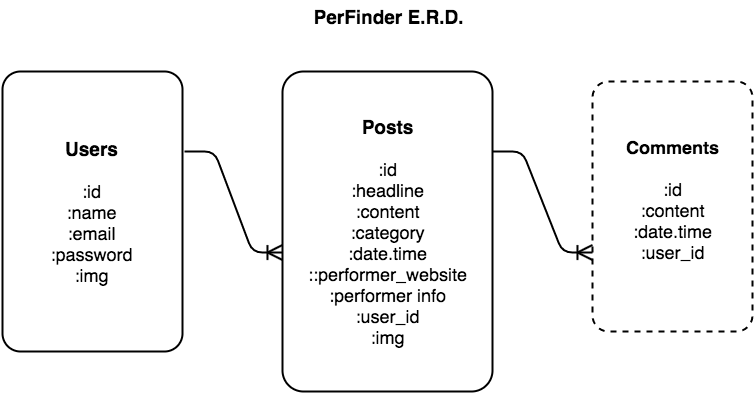
Earlier version of the draw.io export assets/PerFinder_ERD.png (danieltotherescue/wdi_project2). Source tidied: cells renumbered, new cells last; positions are measured from the earlier drawing's top-left corner, leaving out a move shared by most shapes. Source of this version:
```xml
<mxGraphModel background="#ffffff">
  <root>
    <mxCell id="0" />
    <mxCell id="1" parent="0" />
    <mxCell id="2" value="&lt;b&gt;&lt;font style=&quot;font-size: 19px&quot;&gt;Users&lt;/font&gt;&lt;/b&gt;&lt;div&gt;&lt;font size=&quot;4&quot;&gt;&lt;br&gt;&lt;/font&gt;&lt;div&gt;&lt;font size=&quot;4&quot;&gt;:id&lt;/font&gt;&lt;/div&gt;&lt;div&gt;&lt;font size=&quot;4&quot;&gt;:name&lt;/font&gt;&lt;/div&gt;&lt;div&gt;&lt;font size=&quot;4&quot;&gt;:email&lt;/font&gt;&lt;/div&gt;&lt;div&gt;&lt;font size=&quot;4&quot;&gt;:password&lt;/font&gt;&lt;/div&gt;&lt;div&gt;&lt;font size=&quot;4&quot;&gt;:img&lt;/font&gt;&lt;/div&gt;&lt;/div&gt;" style="strokeWidth=2;rounded=1;arcSize=10;whiteSpace=wrap;html=1;align=center;fillColor=#ffffff;strokeColor=#000000;" parent="1" vertex="1">
      <mxGeometry y="70" width="180" height="280" as="geometry" />
    </mxCell>
    <mxCell id="3" value="&lt;div style=&quot;text-align: center&quot;&gt;&lt;b&gt;&lt;font style=&quot;font-size: 19px&quot;&gt;Posts&lt;/font&gt;&lt;/b&gt;&lt;/div&gt;&lt;div style=&quot;text-align: center&quot;&gt;&lt;font size=&quot;4&quot;&gt;&lt;br&gt;&lt;/font&gt;&lt;/div&gt;&lt;div style=&quot;text-align: center&quot;&gt;&lt;font size=&quot;4&quot;&gt;:id&lt;/font&gt;&lt;/div&gt;&lt;div style=&quot;text-align: center&quot;&gt;&lt;font size=&quot;4&quot;&gt;:headline&lt;/font&gt;&lt;/div&gt;&lt;div style=&quot;text-align: center&quot;&gt;&lt;font size=&quot;4&quot;&gt;:content&lt;/font&gt;&lt;/div&gt;&lt;div style=&quot;text-align: center&quot;&gt;&lt;font size=&quot;4&quot;&gt;:category&lt;/font&gt;&lt;/div&gt;&lt;div style=&quot;text-align: center&quot;&gt;&lt;font size=&quot;4&quot;&gt;:date.time&lt;/font&gt;&lt;/div&gt;&lt;div style=&quot;text-align: center&quot;&gt;&lt;font size=&quot;4&quot;&gt;::performer_website&lt;/font&gt;&lt;/div&gt;&lt;div style=&quot;text-align: center&quot;&gt;&lt;font size=&quot;4&quot;&gt;:performer info&lt;/font&gt;&lt;/div&gt;&lt;div style=&quot;text-align: center&quot;&gt;&lt;font size=&quot;4&quot;&gt;:user_id&lt;/font&gt;&lt;/div&gt;&lt;div style=&quot;text-align: center&quot;&gt;&lt;font size=&quot;4&quot;&gt;:img&lt;/font&gt;&lt;/div&gt;" style="strokeWidth=2;rounded=1;arcSize=10;whiteSpace=wrap;html=1;align=center;fillColor=#ffffff;strokeColor=#000000;" parent="1" vertex="1">
      <mxGeometry x="280" y="70" width="210" height="320" as="geometry" />
    </mxCell>
    <mxCell id="4" style="edgeStyle=entityRelationEdgeStyle;html=1;endArrow=ERoneToMany;exitX=1.011;exitY=0.286;exitPerimeter=0;strokeWidth=2;startSize=8;endSize=12;rounded=1;" parent="1" edge="1" source="2">
      <mxGeometry relative="1" as="geometry">
        <mxPoint x="280" y="251" as="targetPoint" />
      </mxGeometry>
    </mxCell>
    <mxCell id="5" value="&lt;b&gt;&lt;font style=&quot;font-size: 18px&quot;&gt;Comments&lt;/font&gt;&lt;/b&gt;&lt;div&gt;&lt;font size=&quot;4&quot;&gt;&lt;br&gt;&lt;/font&gt;&lt;/div&gt;&lt;div&gt;&lt;font size=&quot;4&quot;&gt;:id&lt;/font&gt;&lt;/div&gt;&lt;div&gt;&lt;font size=&quot;4&quot;&gt;:content&lt;/font&gt;&lt;/div&gt;&lt;div&gt;&lt;font size=&quot;4&quot;&gt;:date.time&lt;/font&gt;&lt;/div&gt;&lt;div&gt;&lt;font size=&quot;4&quot;&gt;:user_id&lt;/font&gt;&lt;/div&gt;&lt;div&gt;&lt;br&gt;&lt;/div&gt;" style="strokeWidth=2;rounded=1;arcSize=10;whiteSpace=wrap;html=1;align=center;fillColor=#ffffff;strokeColor=#000000;dashed=1;" parent="1" vertex="1">
      <mxGeometry x="590" y="80" width="160" height="250" as="geometry" />
    </mxCell>
    <mxCell id="6" style="edgeStyle=entityRelationEdgeStyle;html=1;endArrow=ERoneToMany;exitX=1;exitY=0.25;strokeWidth=2;endSize=12;startSize=12;targetPerimeterSpacing=9;rounded=1;" parent="1" edge="1" source="3">
      <mxGeometry x="522" y="245" as="geometry">
        <mxPoint x="590" y="251" as="targetPoint" />
      </mxGeometry>
    </mxCell>
    <mxCell id="7" value="&lt;font style=&quot;font-size: 19px&quot;&gt;&lt;b&gt;PerFinder E.R.D.&lt;/b&gt;&lt;/font&gt;" style="text;html=1;strokeColor=none;fillColor=none;align=center;verticalAlign=middle;whiteSpace=wrap;overflow=hidden;dashed=1;" parent="1" vertex="1">
      <mxGeometry x="285" width="200" height="30" as="geometry" />
    </mxCell>
  </root>
</mxGraphModel>
```
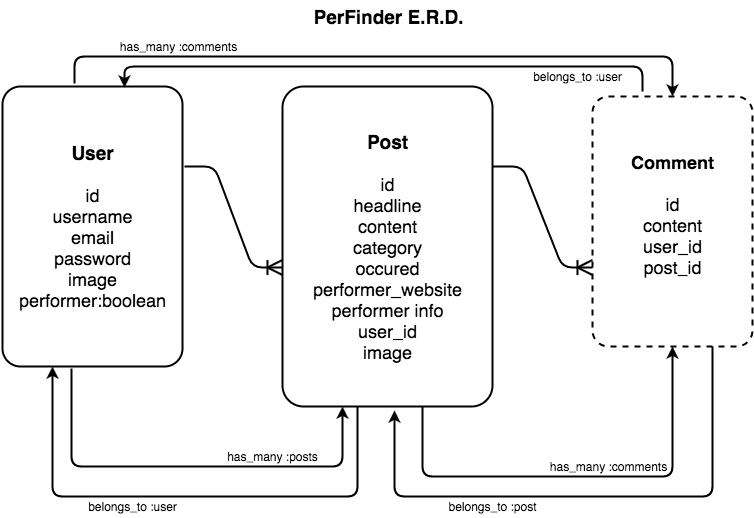
The same diagram one commit later.

What changed in the source:
```diff
@@ -2,10 +2,10 @@
   <root>
     <mxCell id="0" />
     <mxCell id="1" parent="0" />
-    <mxCell id="2" value="&lt;b&gt;&lt;font style=&quot;font-size: 19px&quot;&gt;Users&lt;/font&gt;&lt;/b&gt;&lt;div&gt;&lt;font size=&quot;4&quot;&gt;&lt;br&gt;&lt;/font&gt;&lt;div&gt;&lt;font size=&quot;4&quot;&gt;:id&lt;/font&gt;&lt;/div&gt;&lt;div&gt;&lt;font size=&quot;4&quot;&gt;:name&lt;/font&gt;&lt;/div&gt;&lt;div&gt;&lt;font size=&quot;4&quot;&gt;:email&lt;/font&gt;&lt;/div&gt;&lt;div&gt;&lt;font size=&quot;4&quot;&gt;:password&lt;/font&gt;&lt;/div&gt;&lt;div&gt;&lt;font size=&quot;4&quot;&gt;:img&lt;/font&gt;&lt;/div&gt;&lt;/div&gt;" style="strokeWidth=2;rounded=1;arcSize=10;whiteSpace=wrap;html=1;align=center;fillColor=#ffffff;strokeColor=#000000;" parent="1" vertex="1">
+    <mxCell id="2" value="&lt;b&gt;&lt;font style=&quot;font-size: 19px&quot;&gt;User&lt;/font&gt;&lt;/b&gt;&lt;div&gt;&lt;font size=&quot;4&quot;&gt;&lt;br&gt;&lt;/font&gt;&lt;div&gt;&lt;font size=&quot;4&quot;&gt;id&lt;/font&gt;&lt;/div&gt;&lt;div&gt;&lt;font size=&quot;4&quot;&gt;username&lt;/font&gt;&lt;/div&gt;&lt;div&gt;&lt;font size=&quot;4&quot;&gt;email&lt;/font&gt;&lt;/div&gt;&lt;div&gt;&lt;font size=&quot;4&quot;&gt;password&lt;/font&gt;&lt;/div&gt;&lt;div&gt;&lt;font size=&quot;4&quot;&gt;image&lt;/font&gt;&lt;/div&gt;&lt;/div&gt;&lt;div&gt;&lt;font size=&quot;4&quot;&gt;performer:boolean&lt;/font&gt;&lt;/div&gt;" style="strokeWidth=2;rounded=1;arcSize=10;whiteSpace=wrap;html=1;align=center;fillColor=#ffffff;strokeColor=#000000;" parent="1" vertex="1">
       <mxGeometry y="70" width="180" height="280" as="geometry" />
     </mxCell>
-    <mxCell id="3" value="&lt;div style=&quot;text-align: center&quot;&gt;&lt;b&gt;&lt;font style=&quot;font-size: 19px&quot;&gt;Posts&lt;/font&gt;&lt;/b&gt;&lt;/div&gt;&lt;div style=&quot;text-align: center&quot;&gt;&lt;font size=&quot;4&quot;&gt;&lt;br&gt;&lt;/font&gt;&lt;/div&gt;&lt;div style=&quot;text-align: center&quot;&gt;&lt;font size=&quot;4&quot;&gt;:id&lt;/font&gt;&lt;/div&gt;&lt;div style=&quot;text-align: center&quot;&gt;&lt;font size=&quot;4&quot;&gt;:headline&lt;/font&gt;&lt;/div&gt;&lt;div style=&quot;text-align: center&quot;&gt;&lt;font size=&quot;4&quot;&gt;:content&lt;/font&gt;&lt;/div&gt;&lt;div style=&quot;text-align: center&quot;&gt;&lt;font size=&quot;4&quot;&gt;:category&lt;/font&gt;&lt;/div&gt;&lt;div style=&quot;text-align: center&quot;&gt;&lt;font size=&quot;4&quot;&gt;:date.time&lt;/font&gt;&lt;/div&gt;&lt;div style=&quot;text-align: center&quot;&gt;&lt;font size=&quot;4&quot;&gt;::performer_website&lt;/font&gt;&lt;/div&gt;&lt;div style=&quot;text-align: center&quot;&gt;&lt;font size=&quot;4&quot;&gt;:performer info&lt;/font&gt;&lt;/div&gt;&lt;div style=&quot;text-align: center&quot;&gt;&lt;font size=&quot;4&quot;&gt;:user_id&lt;/font&gt;&lt;/div&gt;&lt;div style=&quot;text-align: center&quot;&gt;&lt;font size=&quot;4&quot;&gt;:img&lt;/font&gt;&lt;/div&gt;" style="strokeWidth=2;rounded=1;arcSize=10;whiteSpace=wrap;html=1;align=center;fillColor=#ffffff;strokeColor=#000000;" parent="1" vertex="1">
+    <mxCell id="3" value="&lt;div style=&quot;text-align: center&quot;&gt;&lt;b&gt;&lt;font style=&quot;font-size: 19px&quot;&gt;Post&lt;/font&gt;&lt;/b&gt;&lt;/div&gt;&lt;div style=&quot;text-align: center&quot;&gt;&lt;font size=&quot;4&quot;&gt;&lt;br&gt;&lt;/font&gt;&lt;/div&gt;&lt;div style=&quot;text-align: center&quot;&gt;&lt;font size=&quot;4&quot;&gt;id&lt;/font&gt;&lt;/div&gt;&lt;div style=&quot;text-align: center&quot;&gt;&lt;font size=&quot;4&quot;&gt;headline&lt;/font&gt;&lt;/div&gt;&lt;div style=&quot;text-align: center&quot;&gt;&lt;font size=&quot;4&quot;&gt;content&lt;/font&gt;&lt;/div&gt;&lt;div style=&quot;text-align: center&quot;&gt;&lt;font size=&quot;4&quot;&gt;category&lt;/font&gt;&lt;/div&gt;&lt;div style=&quot;text-align: center&quot;&gt;&lt;font size=&quot;4&quot;&gt;occured&lt;/font&gt;&lt;/div&gt;&lt;div style=&quot;text-align: center&quot;&gt;&lt;font size=&quot;4&quot;&gt;performer_website&lt;/font&gt;&lt;/div&gt;&lt;div style=&quot;text-align: center&quot;&gt;&lt;font size=&quot;4&quot;&gt;performer info&lt;/font&gt;&lt;/div&gt;&lt;div style=&quot;text-align: center&quot;&gt;&lt;font size=&quot;4&quot;&gt;user_id&lt;/font&gt;&lt;/div&gt;&lt;div style=&quot;text-align: center&quot;&gt;&lt;font size=&quot;4&quot;&gt;image&lt;/font&gt;&lt;/div&gt;" style="strokeWidth=2;rounded=1;arcSize=10;whiteSpace=wrap;html=1;align=center;fillColor=#ffffff;strokeColor=#000000;" parent="1" vertex="1">
       <mxGeometry x="280" y="70" width="210" height="320" as="geometry" />
     </mxCell>
     <mxCell id="4" style="edgeStyle=entityRelationEdgeStyle;html=1;endArrow=ERoneToMany;exitX=1.011;exitY=0.286;exitPerimeter=0;strokeWidth=2;startSize=8;endSize=12;rounded=1;" parent="1" edge="1" source="2">
@@ -13,7 +13,7 @@
         <mxPoint x="280" y="251" as="targetPoint" />
       </mxGeometry>
     </mxCell>
-    <mxCell id="5" value="&lt;b&gt;&lt;font style=&quot;font-size: 18px&quot;&gt;Comments&lt;/font&gt;&lt;/b&gt;&lt;div&gt;&lt;font size=&quot;4&quot;&gt;&lt;br&gt;&lt;/font&gt;&lt;/div&gt;&lt;div&gt;&lt;font size=&quot;4&quot;&gt;:id&lt;/font&gt;&lt;/div&gt;&lt;div&gt;&lt;font size=&quot;4&quot;&gt;:content&lt;/font&gt;&lt;/div&gt;&lt;div&gt;&lt;font size=&quot;4&quot;&gt;:date.time&lt;/font&gt;&lt;/div&gt;&lt;div&gt;&lt;font size=&quot;4&quot;&gt;:user_id&lt;/font&gt;&lt;/div&gt;&lt;div&gt;&lt;br&gt;&lt;/div&gt;" style="strokeWidth=2;rounded=1;arcSize=10;whiteSpace=wrap;html=1;align=center;fillColor=#ffffff;strokeColor=#000000;dashed=1;" parent="1" vertex="1">
+    <mxCell id="5" value="&lt;b&gt;&lt;font style=&quot;font-size: 18px&quot;&gt;Comment&lt;/font&gt;&lt;/b&gt;&lt;div&gt;&lt;font size=&quot;4&quot;&gt;&lt;br&gt;&lt;/font&gt;&lt;/div&gt;&lt;div&gt;&lt;font size=&quot;4&quot;&gt;id&lt;/font&gt;&lt;/div&gt;&lt;div&gt;&lt;font size=&quot;4&quot;&gt;content&lt;/font&gt;&lt;/div&gt;&lt;div&gt;&lt;font size=&quot;4&quot;&gt;user_id&lt;/font&gt;&lt;/div&gt;&lt;div&gt;&lt;font size=&quot;4&quot;&gt;post_id&lt;/font&gt;&lt;/div&gt;&lt;div&gt;&lt;br&gt;&lt;/div&gt;" style="strokeWidth=2;rounded=1;arcSize=10;whiteSpace=wrap;html=1;align=center;fillColor=#ffffff;strokeColor=#000000;dashed=1;" parent="1" vertex="1">
       <mxGeometry x="590" y="80" width="160" height="250" as="geometry" />
     </mxCell>
     <mxCell id="6" style="edgeStyle=entityRelationEdgeStyle;html=1;endArrow=ERoneToMany;exitX=1;exitY=0.25;strokeWidth=2;endSize=12;startSize=12;targetPerimeterSpacing=9;rounded=1;" parent="1" edge="1" source="3">
@@ -22,7 +22,79 @@
       </mxGeometry>
     </mxCell>
     <mxCell id="7" value="&lt;font style=&quot;font-size: 19px&quot;&gt;&lt;b&gt;PerFinder E.R.D.&lt;/b&gt;&lt;/font&gt;" style="text;html=1;strokeColor=none;fillColor=none;align=center;verticalAlign=middle;whiteSpace=wrap;overflow=hidden;dashed=1;" parent="1" vertex="1">
-      <mxGeometry x="285" width="200" height="30" as="geometry" />
+      <mxGeometry x="285" y="-15" width="200" height="30" as="geometry" />
     </mxCell>
+    <mxCell id="8" style="edgeStyle=segmentEdgeStyle;endArrow=classic;html=1;strokeWidth=2;exitX=0.383;exitY=1.007;exitPerimeter=0;" parent="1" edge="1" source="2">
+      <mxGeometry relative="1" as="geometry">
+        <mxPoint x="340" y="390" as="targetPoint" />
+        <Array as="points">
+          <mxPoint x="69" y="450" />
+          <mxPoint x="340" y="450" />
+          <mxPoint x="340" y="390" />
+        </Array>
+      </mxGeometry>
+    </mxCell>
+    <mxCell id="9" style="edgeStyle=segmentEdgeStyle;endArrow=classic;html=1;strokeWidth=2;entryX=0.5;entryY=1;exitX=0.383;exitY=1.007;exitPerimeter=0;" parent="1" edge="1" target="5">
+      <mxGeometry x="470" y="430" as="geometry">
+        <mxPoint x="420" y="390" as="sourcePoint" />
+        <Array as="points">
+          <mxPoint x="420" y="460" />
+          <mxPoint x="670" y="460" />
+        </Array>
+      </mxGeometry>
+    </mxCell>
+    <mxCell id="10" value="has_many :posts" style="text;html=1;strokeColor=none;fillColor=none;align=center;verticalAlign=middle;whiteSpace=wrap;overflow=hidden;dashed=1;" parent="1" vertex="1">
+      <mxGeometry x="210" y="430" width="120" height="20" as="geometry" />
+    </mxCell>
+    <mxCell id="11" value="&lt;span&gt;has_many :comments&lt;/span&gt;" style="text;html=1;strokeColor=none;fillColor=none;align=center;verticalAlign=middle;whiteSpace=wrap;overflow=hidden;dashed=1;" parent="1" vertex="1">
+      <mxGeometry x="540" y="440" width="130" height="20" as="geometry" />
+    </mxCell>
+    <mxCell id="12" value="belongs_to :user" style="text;html=1;strokeColor=none;fillColor=none;align=center;verticalAlign=middle;whiteSpace=wrap;overflow=hidden;dashed=1;" parent="1" vertex="1">
+      <mxGeometry x="70" y="480" width="120" height="20" as="geometry" />
+    </mxCell>
+    <mxCell id="13" style="edgeStyle=segmentEdgeStyle;endArrow=classic;html=1;strokeWidth=2;" parent="1" edge="1">
+      <mxGeometry relative="1" as="geometry">
+        <mxPoint x="355" y="390" as="sourcePoint" />
+        <mxPoint x="50" y="350" as="targetPoint" />
+        <Array as="points">
+          <mxPoint x="355" y="480" />
+          <mxPoint x="50" y="480" />
+          <mxPoint x="50" y="350" />
+        </Array>
+      </mxGeometry>
+    </mxCell>
+    <mxCell id="14" style="edgeStyle=segmentEdgeStyle;endArrow=classic;html=1;strokeWidth=2;exitX=0.4;exitY=-0.011;exitPerimeter=0;entryX=0.5;entryY=0;" parent="1" edge="1" source="2" target="5">
+      <mxGeometry relative="1" as="geometry">
+        <Array as="points">
+          <mxPoint x="72" y="40" />
+          <mxPoint x="670" y="40" />
+        </Array>
+      </mxGeometry>
+    </mxCell>
+    <mxCell id="15" value="&lt;span&gt;has_many :comments&lt;/span&gt;" style="text;html=1;strokeColor=none;fillColor=none;align=center;verticalAlign=middle;whiteSpace=wrap;overflow=hidden;dashed=1;" parent="1" vertex="1">
+      <mxGeometry x="90" y="20" width="170" height="20" as="geometry" />
+    </mxCell>
+    <mxCell id="16" style="edgeStyle=segmentEdgeStyle;endArrow=classic;html=1;strokeWidth=2;exitX=0.313;exitY=-0.02;exitPerimeter=0;entryX=0.678;entryY=0.004;entryPerimeter=0;" parent="1" edge="1" source="5" target="2">
+      <mxGeometry relative="1" as="geometry">
+        <Array as="points">
+          <mxPoint x="640" y="50" />
+          <mxPoint x="122" y="50" />
+        </Array>
+      </mxGeometry>
+    </mxCell>
+    <mxCell id="17" value="&lt;span&gt;belongs_to :user&lt;/span&gt;" style="text;html=1;strokeColor=none;fillColor=none;align=center;verticalAlign=middle;whiteSpace=wrap;overflow=hidden;dashed=1;" parent="1" vertex="1">
+      <mxGeometry x="520" y="50" width="110" height="20" as="geometry" />
+    </mxCell>
+    <mxCell id="18" style="edgeStyle=segmentEdgeStyle;endArrow=classic;html=1;strokeWidth=2;entryX=0.533;entryY=1.013;entryPerimeter=0;exitX=0.75;exitY=1;" parent="1" edge="1" source="5" target="3">
+      <mxGeometry relative="1" as="geometry">
+        <Array as="points">
+          <mxPoint x="710" y="480" />
+          <mxPoint x="392" y="480" />
+        </Array>
+      </mxGeometry>
+    </mxCell>
+    <mxCell id="19" value="&lt;span&gt;belongs_to :post&lt;/span&gt;" style="text;html=1;strokeColor=none;fillColor=none;align=center;verticalAlign=middle;whiteSpace=wrap;overflow=hidden;dashed=1;" parent="1" vertex="1">
+      <mxGeometry x="430" y="480" width="120" height="20" as="geometry" />
+    </mxCell>
   </root>
 </mxGraphModel>
```
